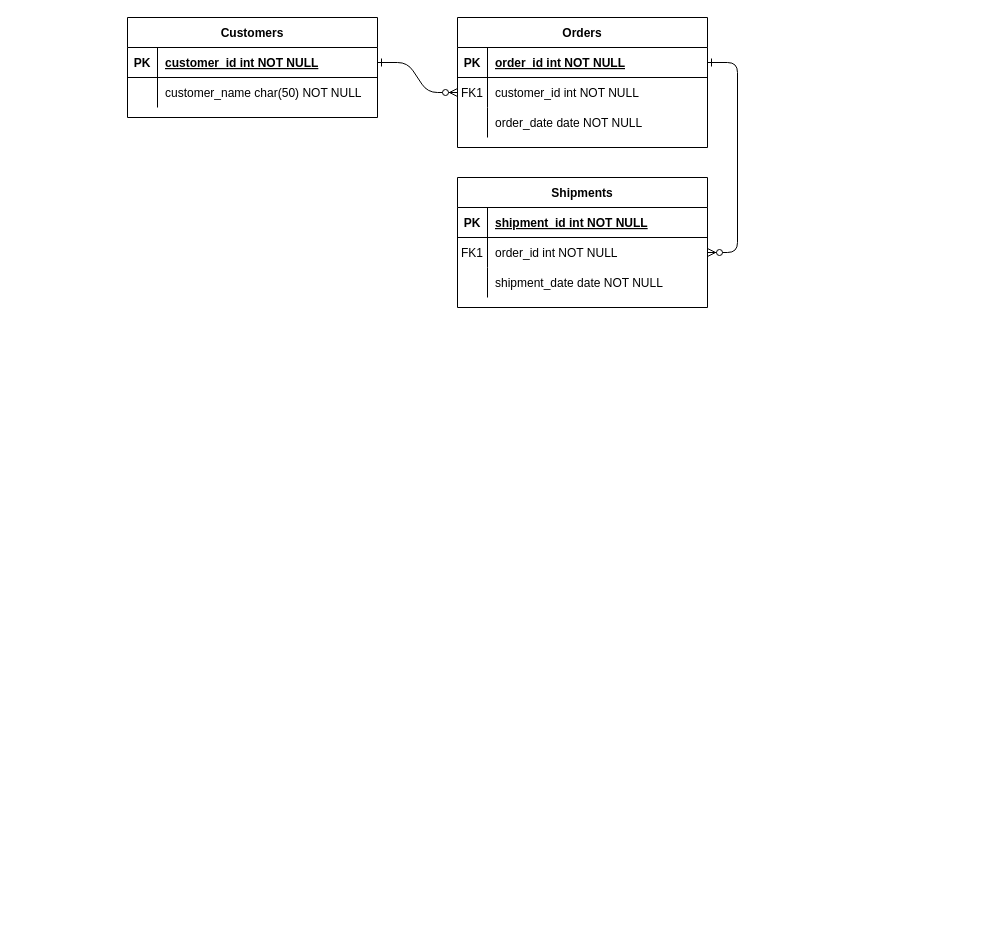
okzhp/drawIo keeps this draw.io diagram as er图.drawio. Above is the earlier version. Source tidied: cells renumbered, new cells numbered last; positions are measured from the earlier drawing's top-left corner, leaving out a move shared by most shapes. Both pictures are drawn from the tidied source at 100%, with x=0, y=0 at pixel (127, 17).
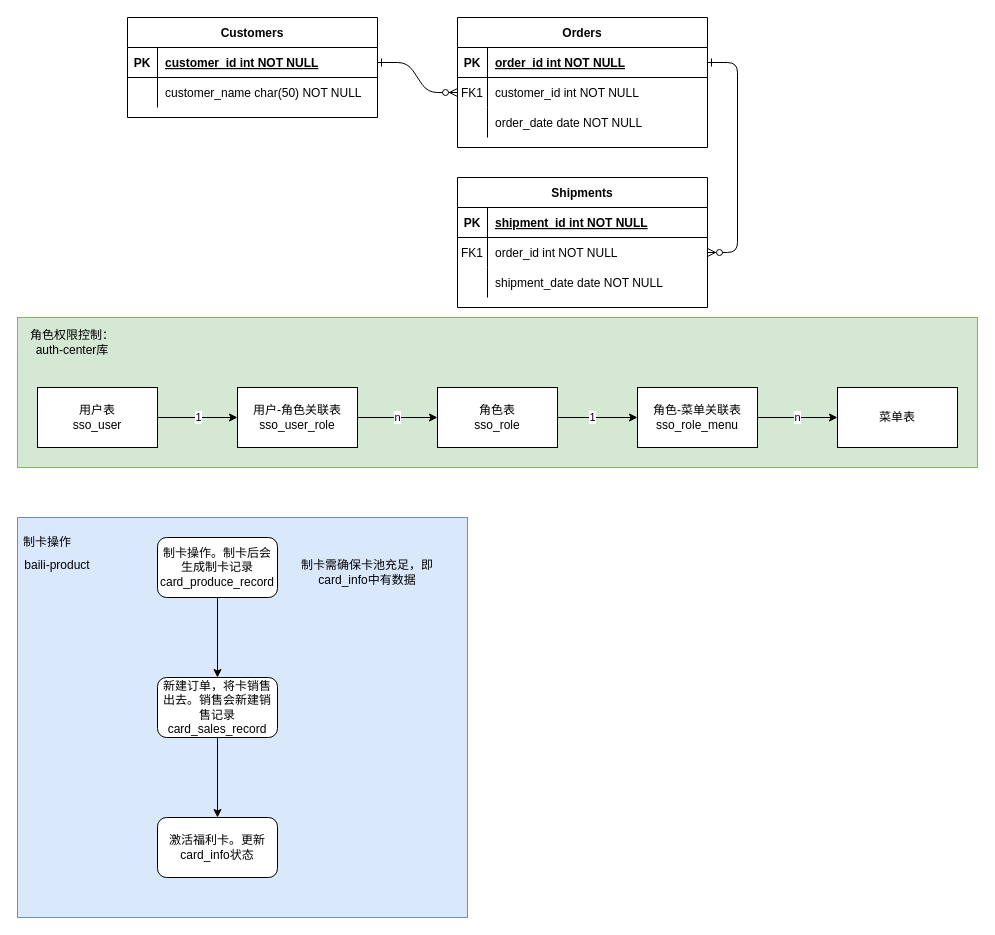
After the change.

Change to the diagram source:
```diff
@@
+    <mxCell id="31" style="group;" parent="1" vertex="1">
+      <mxGeometry x="-110" y="500" width="450" height="400" as="geometry" />
+    </mxCell>
+    <mxCell id="32" style="rounded=0;whiteSpace=wrap;html=1;fillColor=#dae8fc;strokeColor=#6c8ebf;" parent="31" vertex="1">
+      <mxGeometry width="450" height="400" as="geometry" />
+    </mxCell>
+    <mxCell id="33" style="edgeStyle=orthogonalEdgeStyle;rounded=0;jettySize=auto;html=1;" parent="31" edge="1" source="34" target="36">
+      <mxGeometry relative="1" as="geometry" />
+    </mxCell>
+    <mxCell id="34" value="制卡操作。制卡后会生成&lt;span style=&quot;background-color: transparent; color: light-dark(rgb(0, 0, 0), rgb(255, 255, 255));&quot;&gt;制卡记录&lt;/span&gt;&lt;div&gt;&lt;div&gt;card_produce_record&lt;/div&gt;&lt;/div&gt;" style="rounded=1;whiteSpace=wrap;html=1;" parent="31" vertex="1">
+      <mxGeometry x="140" y="20" width="120" height="60" as="geometry" />
+    </mxCell>
+    <mxCell id="35" style="edgeStyle=orthogonalEdgeStyle;rounded=0;jettySize=auto;html=1;" parent="31" edge="1" source="36" target="37">
+      <mxGeometry relative="1" as="geometry" />
+    </mxCell>
+    <mxCell id="36" value="新建订单，将卡销售出去。销售会新建销售记录card_sales_record" style="whiteSpace=wrap;html=1;rounded=1;" parent="31" vertex="1">
+      <mxGeometry x="140" y="160" width="120" height="60" as="geometry" />
+    </mxCell>
+    <mxCell id="37" value="激活福利卡。更新&lt;div&gt;card_info状态&lt;/div&gt;" style="whiteSpace=wrap;html=1;rounded=1;" parent="31" vertex="1">
+      <mxGeometry x="140" y="300" width="120" height="60" as="geometry" />
+    </mxCell>
+    <mxCell id="38" value="制卡需确保卡池充足，即card_info中有数据" style="text;html=1;align=center;verticalAlign=middle;whiteSpace=wrap;rounded=0;" parent="31" vertex="1">
+      <mxGeometry x="280" y="40" width="140" height="30" as="geometry" />
+    </mxCell>
+    <mxCell id="39" value="制卡操作" style="text;html=1;align=center;verticalAlign=middle;whiteSpace=wrap;rounded=0;" parent="31" vertex="1">
+      <mxGeometry y="10" width="60" height="30" as="geometry" />
+    </mxCell>
+    <mxCell id="40" value="baili-product" style="text;html=1;align=center;verticalAlign=middle;whiteSpace=wrap;rounded=0;" parent="31" vertex="1">
+      <mxGeometry y="35" width="80" height="25" as="geometry" />
+    </mxCell>
+    <mxCell id="41" style="group;" parent="1" vertex="1">
+      <mxGeometry x="-110" y="300" width="960" height="150" as="geometry" />
+    </mxCell>
+    <mxCell id="42" style="rounded=0;whiteSpace=wrap;html=1;fillColor=#d5e8d4;strokeColor=#82b366;" parent="41" vertex="1">
+      <mxGeometry width="960" height="150" as="geometry" />
+    </mxCell>
+    <mxCell id="43" style="edgeStyle=orthogonalEdgeStyle;rounded=0;jettySize=auto;html=1;" parent="41" edge="1" source="45" target="47">
+      <mxGeometry relative="1" as="geometry" />
+    </mxCell>
+    <mxCell id="44" value="1" style="edgeLabel;html=1;align=center;verticalAlign=middle;" parent="43" vertex="1">
+      <mxGeometry y="1" relative="1" as="geometry" />
+    </mxCell>
+    <mxCell id="45" value="用户表&lt;div&gt;sso_user&lt;/div&gt;" style="rounded=0;whiteSpace=wrap;html=1;" parent="41" vertex="1">
+      <mxGeometry x="20" y="70" width="120" height="60" as="geometry" />
+    </mxCell>
+    <mxCell id="46" value="n" style="edgeStyle=orthogonalEdgeStyle;rounded=0;jettySize=auto;html=1;" parent="41" edge="1" source="47" target="50">
+      <mxGeometry relative="1" as="geometry" />
+    </mxCell>
+    <mxCell id="47" value="用户-角色关联表&lt;div&gt;sso_user_role&lt;/div&gt;" style="rounded=0;whiteSpace=wrap;html=1;" parent="41" vertex="1">
+      <mxGeometry x="220" y="70" width="120" height="60" as="geometry" />
+    </mxCell>
+    <mxCell id="48" style="edgeStyle=orthogonalEdgeStyle;rounded=0;jettySize=auto;html=1;" parent="41" edge="1" source="50" target="52">
+      <mxGeometry relative="1" as="geometry" />
+    </mxCell>
+    <mxCell id="49" value="1" style="edgeLabel;html=1;align=center;verticalAlign=middle;" parent="48" vertex="1">
+      <mxGeometry x="-0.15" y="1" relative="1" as="geometry" />
+    </mxCell>
+    <mxCell id="50" value="角色表&lt;div&gt;sso_role&lt;/div&gt;" style="whiteSpace=wrap;html=1;rounded=0;" parent="41" vertex="1">
+      <mxGeometry x="420" y="70" width="120" height="60" as="geometry" />
+    </mxCell>
+    <mxCell id="51" value="n" style="edgeStyle=orthogonalEdgeStyle;rounded=0;jettySize=auto;html=1;" parent="41" edge="1" source="52" target="53">
+      <mxGeometry relative="1" as="geometry" />
+    </mxCell>
+    <mxCell id="52" value="角色-菜单关联表&lt;div&gt;sso_role_menu&lt;/div&gt;" style="whiteSpace=wrap;html=1;rounded=0;" parent="41" vertex="1">
+      <mxGeometry x="620" y="70" width="120" height="60" as="geometry" />
+    </mxCell>
+    <mxCell id="53" value="菜单表" style="whiteSpace=wrap;html=1;rounded=0;" parent="41" vertex="1">
+      <mxGeometry x="820" y="70" width="120" height="60" as="geometry" />
+    </mxCell>
+    <mxCell id="54" value="角色权限控制：auth-center库" style="text;html=1;align=center;verticalAlign=middle;whiteSpace=wrap;rounded=0;" parent="41" vertex="1">
+      <mxGeometry x="10" y="10" width="90" height="30" as="geometry" />
+    </mxCell>
```
